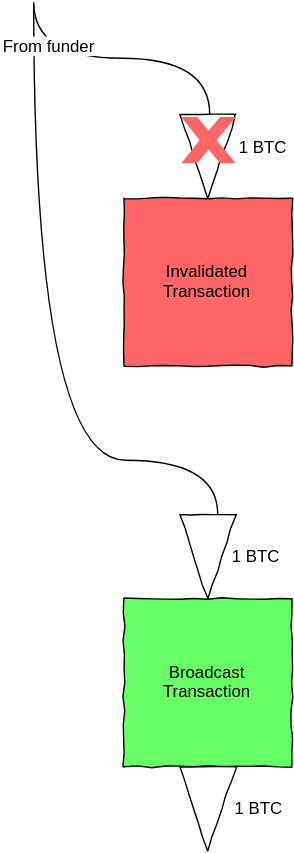
Above: Transaction_Types4.svg in PayChan/bitcoin-payment-channels-taxonomy (draw.io), before the change. Source tidied: cells renumbered, new cells last; positions are measured from the earlier drawing's top-left corner, leaving out a move shared by most shapes.
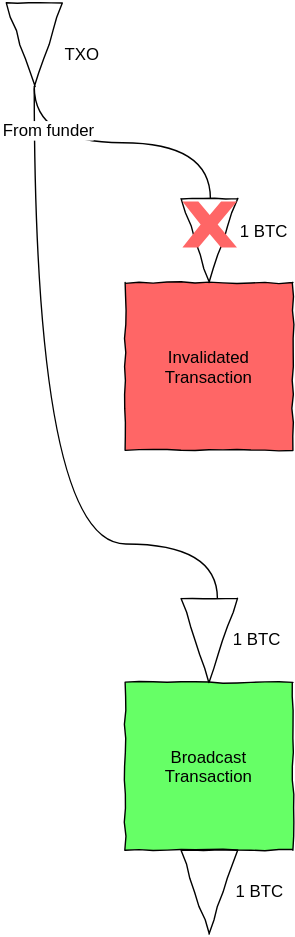
After the change.

What changed in the source:
```diff
@@ -4,8 +4,8 @@
     <mxCell id="1" parent="0" />
     <mxCell id="2" style="endArrow=none;html=1;edgeStyle=orthogonalEdgeStyle;endFill=0;curved=1;entryX=0;entryY=0.5;" parent="1" edge="1">
       <mxGeometry x="1061" y="1476" as="geometry">
-        <mxPoint x="0.6" y="1.4" as="sourcePoint" />
-        <mxPoint x="132" y="365.7" as="targetPoint" />
+        <mxPoint y="1" as="sourcePoint" />
+        <mxPoint x="131" y="366" as="targetPoint" />
         <Array as="points">
           <mxPoint y="327" />
           <mxPoint x="132" y="327" />
@@ -20,8 +20,8 @@
     </mxCell>
     <mxCell id="5" style="endArrow=none;html=1;edgeStyle=orthogonalEdgeStyle;entryX=0;entryY=0.5;endFill=0;curved=1;" parent="1" edge="1">
       <mxGeometry x="1019" y="1221" as="geometry">
-        <mxPoint x="0.6" as="sourcePoint" />
-        <mxPoint x="126.3" y="80" as="targetPoint" />
+        <mxPoint as="sourcePoint" />
+        <mxPoint x="126" y="80" as="targetPoint" />
         <Array as="points">
           <mxPoint y="40" />
           <mxPoint x="126" y="40" />
@@ -34,7 +34,7 @@
       </mxGeometry>
     </mxCell>
     <mxCell id="7" value="From funder" style="text;html=1;align=center;verticalAlign=middle;labelBackgroundColor=#ffffff;" parent="1" vertex="1">
-      <mxGeometry x="10.4" y="30" as="geometry">
+      <mxGeometry x="10" y="30" as="geometry">
         <mxPoint x="-53" y="-10" as="offset" />
       </mxGeometry>
     </mxCell>
@@ -59,5 +59,11 @@
     <mxCell id="14" style="verticalLabelPosition=bottom;verticalAlign=top;html=1;strokeWidth=2;shape=mxgraph.basic.x;fillColor=#FF6666;strokeColor=none;" parent="1" vertex="1">
       <mxGeometry x="106" y="82" width="39" height="33" as="geometry" />
     </mxCell>
+    <mxCell id="15" style="triangle;whiteSpace=wrap;html=1;comic=1;rotation=90;" parent="1" vertex="1">
+      <mxGeometry x="-30" y="-50" width="60" height="40" as="geometry" />
+    </mxCell>
+    <mxCell id="16" value="TXO" style="text;html=1;strokeColor=none;fillColor=none;align=center;verticalAlign=middle;whiteSpace=wrap;overflow=hidden;comic=1;" parent="1" vertex="1">
+      <mxGeometry x="13" y="-44" width="42" height="39" as="geometry" />
+    </mxCell>
   </root>
 </mxGraphModel>
```
